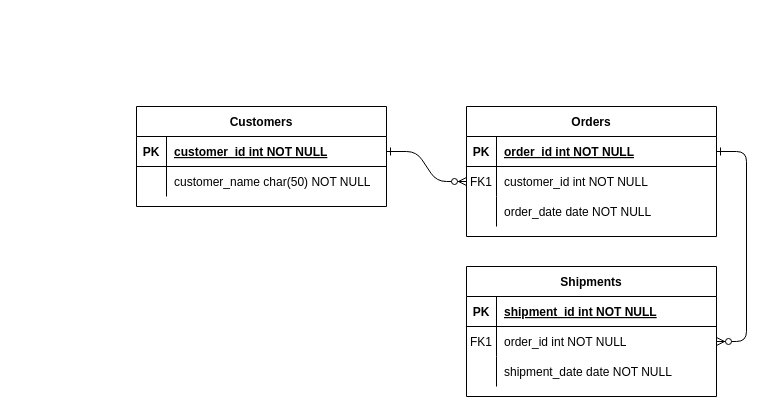
This is socioBD.drawio from cohet3/Diagramas, a draw.io file, before an edit. Source tidied: cells renumbered, new cells numbered last; positions are measured from the earlier drawing's top-left corner, leaving out a move shared by most shapes. Both pictures are drawn from the tidied source at 100%, with x=0, y=0 at pixel (136, 106).
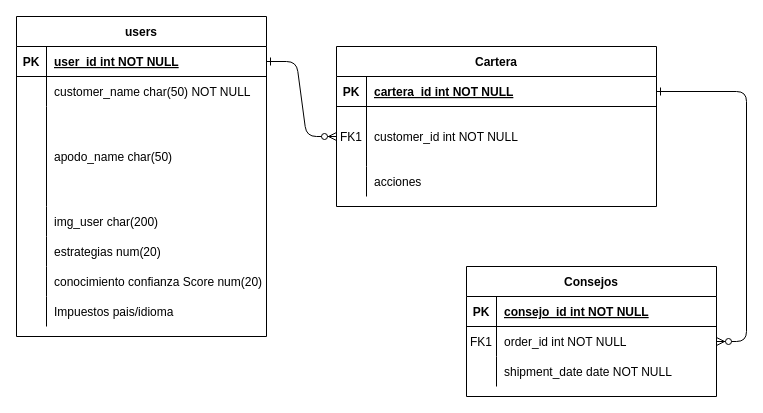
The same diagram, later.

The change refers to these unchanged cells:
```xml
<mxCell id="15" style="shape=partialRectangle;fillColor=none;top=0;left=0;right=0;bottom=1;" parent="14" vertex="1">
  <mxGeometry y="30" width="250" height="30" as="geometry" />
</mxCell>
<mxCell id="25" style="shape=partialRectangle;fillColor=none;points=[[0,0.5],[1,0.5]];portConstraint=eastwest;top=0;left=0;right=0;bottom=1;" parent="24" vertex="1">
  <mxGeometry y="30" width="250" height="30" as="geometry" />
</mxCell>
```

The edit, as a diff of the source:
```diff
@@
-    <mxCell id="4" value="Orders" style="shape=table;startSize=30;childLayout=tableLayout;rowLines=0;fontStyle=1;align=center;" parent="1" vertex="1">
-      <mxGeometry x="330" width="250" height="130" as="geometry" />
-    </mxCell>
-    <mxCell id="5" style="shape=partialRectangle;fillColor=none;points=[[0,0.5],[1,0.5]];portConstraint=eastwest;top=0;left=0;right=0;bottom=1;" parent="4" vertex="1">
-      <mxGeometry y="30" width="250" height="30" as="geometry" />
-    </mxCell>
-    <mxCell id="6" value="PK" style="shape=partialRectangle;overflow=hidden;fillColor=none;top=0;left=0;bottom=0;right=0;fontStyle=1;" parent="5" vertex="1">
-      <mxGeometry width="30" height="30" as="geometry" />
-    </mxCell>
-    <mxCell id="7" value="order_id int NOT NULL " style="shape=partialRectangle;overflow=hidden;fillColor=none;top=0;left=0;bottom=0;right=0;align=left;spacingLeft=6;fontStyle=5;" parent="5" vertex="1">
-      <mxGeometry x="30" width="220" height="30" as="geometry" />
-    </mxCell>
-    <mxCell id="8" style="shape=partialRectangle;fillColor=none;points=[[0,0.5],[1,0.5]];portConstraint=eastwest;top=0;left=0;right=0;bottom=0;" parent="4" vertex="1">
-      <mxGeometry y="60" width="250" height="30" as="geometry" />
-    </mxCell>
-    <mxCell id="9" value="FK1" style="shape=partialRectangle;overflow=hidden;fillColor=none;top=0;left=0;bottom=0;right=0;" parent="8" vertex="1">
-      <mxGeometry width="30" height="30" as="geometry" />
-    </mxCell>
-    <mxCell id="10" value="customer_id int NOT NULL" style="shape=partialRectangle;overflow=hidden;fillColor=none;top=0;left=0;bottom=0;right=0;align=left;spacingLeft=6;" parent="8" vertex="1">
-      <mxGeometry x="30" width="220" height="30" as="geometry" />
-    </mxCell>
-    <mxCell id="11" style="shape=partialRectangle;fillColor=none;top=0;left=0;right=0;bottom=0;" parent="4" vertex="1">
-      <mxGeometry y="90" width="250" height="30" as="geometry" />
-    </mxCell>
-    <mxCell id="12" style="shape=partialRectangle;overflow=hidden;fillColor=none;top=0;left=0;bottom=0;right=0;" parent="11" vertex="1">
-      <mxGeometry width="30" height="30" as="geometry" />
-    </mxCell>
-    <mxCell id="13" value="order_date date NOT NULL" style="shape=partialRectangle;overflow=hidden;fillColor=none;top=0;left=0;bottom=0;right=0;align=left;spacingLeft=6;" parent="11" vertex="1">
-      <mxGeometry x="30" width="220" height="30" as="geometry" />
-    </mxCell>
-    <mxCell id="14" value="Shipments" style="shape=table;startSize=30;childLayout=tableLayout;rowLines=0;fontStyle=1;align=center;" parent="1" vertex="1">
+    <mxCell id="14" value="Consejos" style="shape=table;startSize=30;childLayout=tableLayout;rowLines=0;fontStyle=1;align=center;" parent="1" vertex="1">
       <mxGeometry x="330" y="160" width="250" height="130" as="geometry" />
     </mxCell>
@@
-    <mxCell id="17" value="shipment_id int NOT NULL " style="shape=partialRectangle;overflow=hidden;fillColor=none;top=0;left=0;bottom=0;right=0;align=left;spacingLeft=6;fontStyle=5;" parent="15" vertex="1">
+    <mxCell id="17" value="consejo_id int NOT NULL " style="shape=partialRectangle;overflow=hidden;fillColor=none;top=0;left=0;bottom=0;right=0;align=left;spacingLeft=6;fontStyle=5;" parent="15" vertex="1">
       <mxGeometry x="30" width="220" height="30" as="geometry" />
     </mxCell>
@@
-    <mxCell id="24" value="Customers" style="shape=table;startSize=30;childLayout=tableLayout;rowLines=0;fontStyle=1;align=center;" parent="1" vertex="1">
-      <mxGeometry width="250" height="100" as="geometry" />
+    <mxCell id="24" value="users" style="shape=table;startSize=30;childLayout=tableLayout;rowLines=0;fontStyle=1;align=center;" parent="1" vertex="1">
+      <mxGeometry x="-120" y="-90" width="250" height="320" as="geometry" />
     </mxCell>
@@
-    <mxCell id="27" value="customer_id int NOT NULL " style="shape=partialRectangle;overflow=hidden;fillColor=none;top=0;left=0;bottom=0;right=0;align=left;spacingLeft=6;fontStyle=5;" parent="25" vertex="1">
+    <mxCell id="27" value="user_id int NOT NULL " style="shape=partialRectangle;overflow=hidden;fillColor=none;top=0;left=0;bottom=0;right=0;align=left;spacingLeft=6;fontStyle=5;" parent="25" vertex="1">
       <mxGeometry x="30" width="220" height="30" as="geometry" />
     </mxCell>
@@
+    <mxCell id="31" style="shape=partialRectangle;fillColor=none;top=0;left=0;right=0;bottom=0;" parent="24" vertex="1">
+      <mxGeometry y="90" width="250" height="100" as="geometry" />
+    </mxCell>
+    <mxCell id="32" style="shape=partialRectangle;overflow=hidden;fillColor=none;top=0;left=0;bottom=0;right=0;" parent="31" vertex="1">
+      <mxGeometry width="30" height="100" as="geometry" />
+    </mxCell>
+    <mxCell id="33" value="apodo_name char(50)" style="shape=partialRectangle;overflow=hidden;fillColor=none;top=0;left=0;bottom=0;right=0;align=left;spacingLeft=6;" parent="31" vertex="1">
+      <mxGeometry x="30" width="220" height="100" as="geometry" />
+    </mxCell>
+    <mxCell id="34" style="shape=partialRectangle;fillColor=none;top=0;left=0;right=0;bottom=0;" parent="24" vertex="1">
+      <mxGeometry y="190" width="250" height="30" as="geometry" />
+    </mxCell>
+    <mxCell id="35" style="shape=partialRectangle;overflow=hidden;fillColor=none;top=0;left=0;bottom=0;right=0;" parent="34" vertex="1">
+      <mxGeometry width="30" height="30" as="geometry" />
+    </mxCell>
+    <mxCell id="36" value="img_user char(200)" style="shape=partialRectangle;overflow=hidden;fillColor=none;top=0;left=0;bottom=0;right=0;align=left;spacingLeft=6;" parent="34" vertex="1">
+      <mxGeometry x="30" width="220" height="30" as="geometry" />
+    </mxCell>
+    <mxCell id="37" style="shape=partialRectangle;fillColor=none;top=0;left=0;right=0;bottom=0;" parent="24" vertex="1">
+      <mxGeometry y="220" width="250" height="30" as="geometry" />
+    </mxCell>
+    <mxCell id="38" style="shape=partialRectangle;overflow=hidden;fillColor=none;top=0;left=0;bottom=0;right=0;" parent="37" vertex="1">
+      <mxGeometry width="30" height="30" as="geometry" />
+    </mxCell>
+    <mxCell id="39" value="estrategias num(20)" style="shape=partialRectangle;overflow=hidden;fillColor=none;top=0;left=0;bottom=0;right=0;align=left;spacingLeft=6;" parent="37" vertex="1">
+      <mxGeometry x="30" width="220" height="30" as="geometry" />
+    </mxCell>
+    <mxCell id="40" style="shape=partialRectangle;fillColor=none;top=0;left=0;right=0;bottom=0;" parent="24" vertex="1">
+      <mxGeometry y="250" width="250" height="30" as="geometry" />
+    </mxCell>
+    <mxCell id="41" style="shape=partialRectangle;overflow=hidden;fillColor=none;top=0;left=0;bottom=0;right=0;" parent="40" vertex="1">
+      <mxGeometry width="30" height="30" as="geometry" />
+    </mxCell>
+    <mxCell id="42" value="conocimiento confianza Score num(20)" style="shape=partialRectangle;overflow=hidden;fillColor=none;top=0;left=0;bottom=0;right=0;align=left;spacingLeft=6;" parent="40" vertex="1">
+      <mxGeometry x="30" width="220" height="30" as="geometry" />
+    </mxCell>
+    <mxCell id="43" style="shape=partialRectangle;fillColor=none;top=0;left=0;right=0;bottom=0;" parent="24" vertex="1">
+      <mxGeometry y="280" width="250" height="30" as="geometry" />
+    </mxCell>
+    <mxCell id="44" style="shape=partialRectangle;overflow=hidden;fillColor=none;top=0;left=0;bottom=0;right=0;" parent="43" vertex="1">
+      <mxGeometry width="30" height="30" as="geometry" />
+    </mxCell>
+    <mxCell id="45" value="Impuestos pais/idioma" style="shape=partialRectangle;overflow=hidden;fillColor=none;top=0;left=0;bottom=0;right=0;align=left;spacingLeft=6;" parent="43" vertex="1">
+      <mxGeometry x="30" width="220" height="30" as="geometry" />
+    </mxCell>
+    <mxCell id="4" value="Cartera" style="shape=table;startSize=30;childLayout=tableLayout;rowLines=0;fontStyle=1;align=center;" parent="1" vertex="1">
+      <mxGeometry x="200" y="-60" width="320" height="160" as="geometry" />
+    </mxCell>
+    <mxCell id="5" style="shape=partialRectangle;fillColor=none;points=[[0,0.5],[1,0.5]];portConstraint=eastwest;top=0;left=0;right=0;bottom=1;" parent="4" vertex="1">
+      <mxGeometry y="30" width="320" height="30" as="geometry" />
+    </mxCell>
+    <mxCell id="6" value="PK" style="shape=partialRectangle;overflow=hidden;fillColor=none;top=0;left=0;bottom=0;right=0;fontStyle=1;" parent="5" vertex="1">
+      <mxGeometry width="30" height="30" as="geometry" />
+    </mxCell>
+    <mxCell id="7" value="cartera_id int NOT NULL " style="shape=partialRectangle;overflow=hidden;fillColor=none;top=0;left=0;bottom=0;right=0;align=left;spacingLeft=6;fontStyle=5;" parent="5" vertex="1">
+      <mxGeometry x="30" width="290" height="30" as="geometry" />
+    </mxCell>
+    <mxCell id="8" style="shape=partialRectangle;fillColor=none;points=[[0,0.5],[1,0.5]];portConstraint=eastwest;top=0;left=0;right=0;bottom=0;" parent="4" vertex="1">
+      <mxGeometry y="60" width="320" height="60" as="geometry" />
+    </mxCell>
+    <mxCell id="9" value="FK1" style="shape=partialRectangle;overflow=hidden;fillColor=none;top=0;left=0;bottom=0;right=0;" parent="8" vertex="1">
+      <mxGeometry width="30" height="60" as="geometry" />
+    </mxCell>
+    <mxCell id="10" value="customer_id int NOT NULL" style="shape=partialRectangle;overflow=hidden;fillColor=none;top=0;left=0;bottom=0;right=0;align=left;spacingLeft=6;" parent="8" vertex="1">
+      <mxGeometry x="30" width="290" height="60" as="geometry" />
+    </mxCell>
+    <mxCell id="11" style="shape=partialRectangle;fillColor=none;top=0;left=0;right=0;bottom=0;" parent="4" vertex="1">
+      <mxGeometry y="120" width="320" height="30" as="geometry" />
+    </mxCell>
+    <mxCell id="12" style="shape=partialRectangle;overflow=hidden;fillColor=none;top=0;left=0;bottom=0;right=0;" parent="11" vertex="1">
+      <mxGeometry width="30" height="30" as="geometry" />
+    </mxCell>
+    <mxCell id="13" value="acciones" style="shape=partialRectangle;overflow=hidden;fillColor=none;top=0;left=0;bottom=0;right=0;align=left;spacingLeft=6;" parent="11" vertex="1">
+      <mxGeometry x="30" width="290" height="30" as="geometry" />
+    </mxCell>
```
